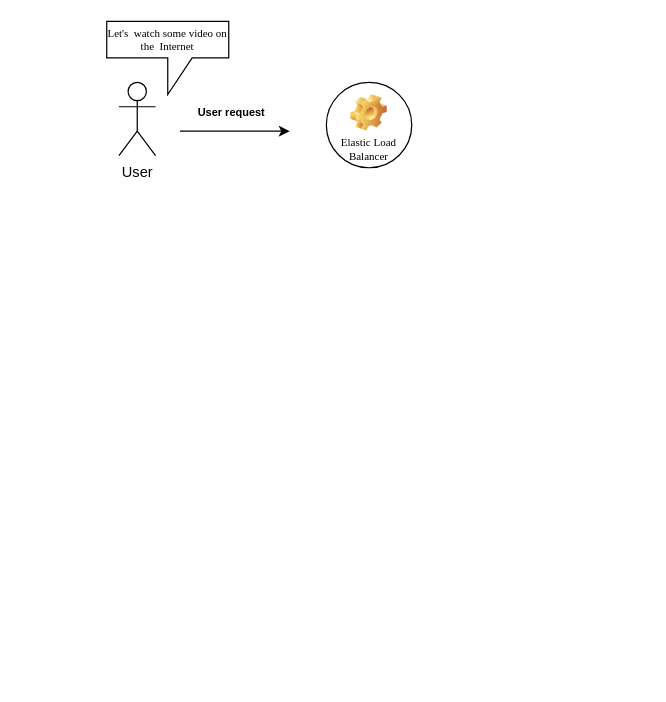
The draw.io diagram RDS Solution Architecture Diagram.drawio in MateusSnr/AWS-diagrams, before the edit. Source tidied: cells renumbered, new cells numbered last; positions are measured from the earlier drawing's top-left corner, leaving out a move shared by most shapes. Both pictures are drawn from the tidied source at 122%, with x=0, y=0 at pixel (106, 21).
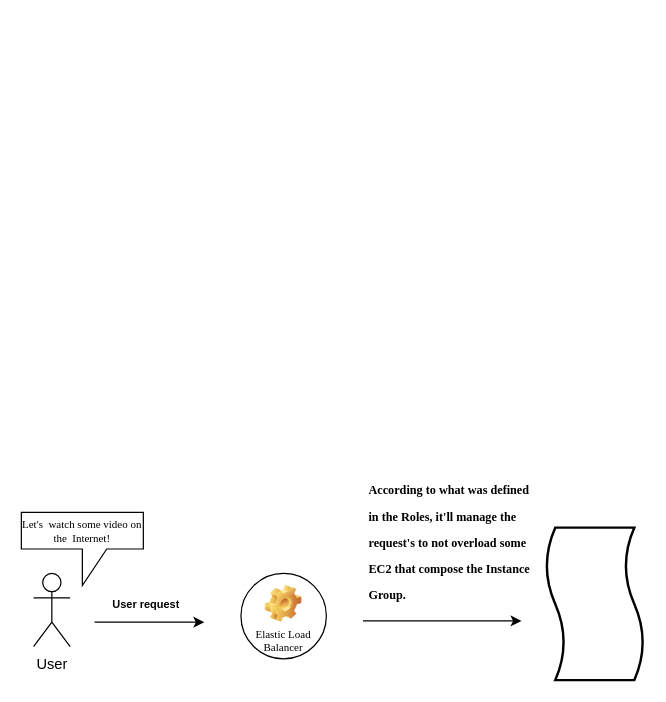
Above is the later version.

What changed in the source:
```diff
@@
 <mxGraphModel>
   <root>
     <mxCell id="0" />
     <mxCell id="1" parent="0" />
+    <mxCell id="9" style="group;" parent="1" vertex="1">
+      <mxGeometry x="-70" y="350" width="510" height="190" as="geometry" />
+    </mxCell>
-    <mxCell id="2" value="User" style="shape=umlActor;verticalLabelPosition=bottom;verticalAlign=top;html=1;" parent="1" vertex="1">
-      <mxGeometry x="10" y="50" width="30" height="60" as="geometry" />
+    <mxCell id="2" value="User" style="shape=umlActor;verticalLabelPosition=bottom;verticalAlign=top;html=1;" parent="9" vertex="1">
+      <mxGeometry x="10" y="102.5" width="30" height="60" as="geometry" />
     </mxCell>
-    <mxCell id="3" style="endArrow=classic;html=1;rounded=0;" parent="1" edge="1">
+    <mxCell id="3" style="endArrow=classic;html=1;rounded=0;" parent="9" edge="1">
       <mxGeometry relative="1" as="geometry">
-        <mxPoint x="60" y="90" as="sourcePoint" />
-        <mxPoint x="150" y="90" as="targetPoint" />
+        <mxPoint x="60" y="142.5" as="sourcePoint" />
+        <mxPoint x="150" y="142.5" as="targetPoint" />
       </mxGeometry>
     </mxCell>
-    <mxCell id="4" value="&lt;h1&gt;&lt;font style=&quot;font-size: 9px;&quot;&gt;User request&lt;/font&gt;&lt;/h1&gt;" style="text;html=1;strokeColor=none;fillColor=none;spacing=5;spacingTop=-20;whiteSpace=wrap;overflow=hidden;rounded=0;" parent="1" vertex="1">
-      <mxGeometry x="70" y="50" width="100" height="30" as="geometry" />
+    <mxCell id="4" value="&lt;h1&gt;&lt;font style=&quot;font-size: 9px;&quot;&gt;User request&lt;/font&gt;&lt;/h1&gt;" style="text;html=1;strokeColor=none;fillColor=none;spacing=5;spacingTop=-20;whiteSpace=wrap;overflow=hidden;rounded=0;" parent="9" vertex="1">
+      <mxGeometry x="70" y="102.5" width="100" height="30" as="geometry" />
     </mxCell>
-    <mxCell id="5" value="Let's&amp;nbsp; watch some video on the&amp;nbsp; Internet" style="shape=callout;whiteSpace=wrap;html=1;perimeter=calloutPerimeter;fontFamily=Times New Roman;fontSize=9;" parent="1" vertex="1">
-      <mxGeometry width="100" height="60" as="geometry" />
+    <mxCell id="5" value="Let's&amp;nbsp; watch some video on the&amp;nbsp; Internet!" style="shape=callout;whiteSpace=wrap;html=1;perimeter=calloutPerimeter;fontFamily=Times New Roman;fontSize=9;" parent="9" vertex="1">
+      <mxGeometry y="52.5" width="100" height="60" as="geometry" />
     </mxCell>
-    <mxCell id="6" style="ellipse;whiteSpace=wrap;html=1;fontFamily=Times New Roman;fontSize=9;align=center;" parent="1" vertex="1">
-      <mxGeometry x="180" y="50" width="70" height="70" as="geometry" />
+    <mxCell id="6" style="ellipse;whiteSpace=wrap;html=1;fontFamily=Times New Roman;fontSize=9;align=center;" parent="9" vertex="1">
+      <mxGeometry x="180" y="102.5" width="70" height="70" as="geometry" />
     </mxCell>
-    <mxCell id="7" value="Elastic Load Balancer" style="text;html=1;strokeColor=none;fillColor=none;align=center;verticalAlign=middle;whiteSpace=wrap;rounded=0;fontFamily=Times New Roman;fontSize=9;" parent="1" vertex="1">
-      <mxGeometry x="185" y="90" width="60" height="30" as="geometry" />
+    <mxCell id="7" value="Elastic Load Balancer" style="text;html=1;strokeColor=none;fillColor=none;align=center;verticalAlign=middle;whiteSpace=wrap;rounded=0;fontFamily=Times New Roman;fontSize=9;" parent="9" vertex="1">
+      <mxGeometry x="185" y="142.5" width="60" height="30" as="geometry" />
     </mxCell>
-    <mxCell id="8" style="shape=image;html=1;verticalLabelPosition=bottom;verticalAlign=top;imageAspect=0;image=img/clipart/Gear_128x128.png;fontFamily=Times New Roman;fontSize=9;" parent="1" vertex="1">
-      <mxGeometry x="200" y="60" width="30" height="30" as="geometry" />
+    <mxCell id="8" style="shape=image;html=1;verticalLabelPosition=bottom;verticalAlign=top;imageAspect=0;image=img/clipart/Gear_128x128.png;fontFamily=Times New Roman;fontSize=9;" parent="9" vertex="1">
+      <mxGeometry x="200" y="112.5" width="30" height="30" as="geometry" />
     </mxCell>
+    <mxCell id="10" style="shape=tape;whiteSpace=wrap;html=1;strokeWidth=2;size=0.19;fontFamily=Times New Roman;fontSize=9;direction=south;" parent="9" vertex="1">
+      <mxGeometry x="430" y="65" width="80" height="125" as="geometry" />
+    </mxCell>
+    <mxCell id="11" style="endArrow=classic;html=1;rounded=0;fontFamily=Times New Roman;fontSize=9;" parent="9" edge="1">
+      <mxGeometry relative="1" as="geometry">
+        <mxPoint x="280" y="141.5" as="sourcePoint" />
+        <mxPoint x="410" y="141.5" as="targetPoint" />
+      </mxGeometry>
+    </mxCell>
+    <mxCell id="12" value="&lt;h1&gt;&lt;font style=&quot;font-size: 10px;&quot;&gt;According to what was defined in the Roles, it'll manage the request's to not overload some EC2 that compose the Instance Group.&lt;/font&gt;&lt;/h1&gt;" style="text;html=1;strokeColor=none;fillColor=none;spacing=5;spacingTop=-20;whiteSpace=wrap;overflow=hidden;rounded=0;fontFamily=Times New Roman;fontSize=9;" parent="9" vertex="1">
+      <mxGeometry x="280" y="20" width="150" height="112.5" as="geometry" />
+    </mxCell>
   </root>
 </mxGraphModel>
```
